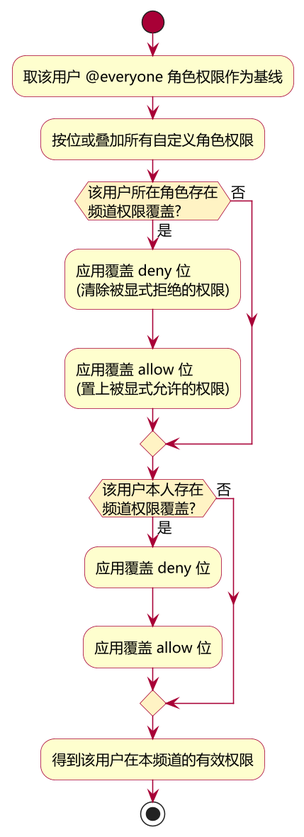
This is docs/figures/fig4-3-permission-flow.png from Siegfried-Crowley/Chorus, a PlantUML export, as it was before one commit.
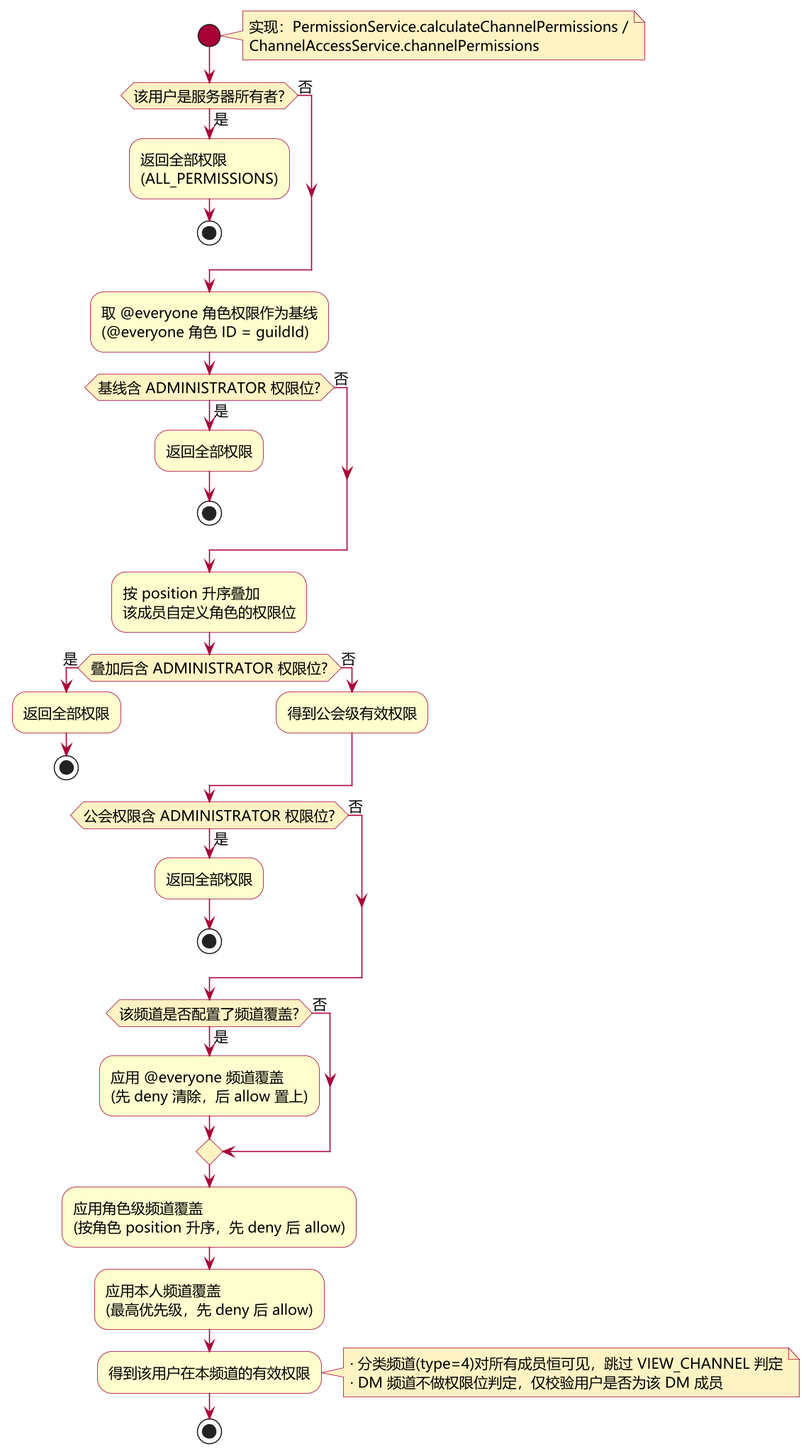
After the commit.

What changed in the source:
```diff
@@ -14,20 +14,55 @@
 }
 skinparam activityStartColor #A80036
 skinparam activityEndColor #A80036
+skinparam note {
+  BackgroundColor #FFF3C4
+  BorderColor #A80036
+}
 
 start
-:取该用户 @everyone 角色权限作为基线;
-:按位或叠加所有自定义角色权限;
-if (该用户所在角色存在\n频道权限覆盖?) then (是)
-  :应用覆盖 deny 位\n(清除被显式拒绝的权限);
-  :应用覆盖 allow 位\n(置上被显式允许的权限);
+note right
+  实现：PermissionService.calculateChannelPermissions /
+  ChannelAccessService.channelPermissions
+end note
+
+if (该用户是服务器所有者?) then (是)
+  :返回全部权限\n(ALL_PERMISSIONS);
+  stop
 else (否)
 endif
-if (该用户本人存在\n频道权限覆盖?) then (是)
-  :应用覆盖 deny 位;
-  :应用覆盖 allow 位;
+
+:取 @everyone 角色权限作为基线\n(@everyone 角色 ID = guildId);
+if (基线含 ADMINISTRATOR 权限位?) then (是)
+  :返回全部权限;
+  stop
 else (否)
 endif
+
+:按 position 升序叠加\n该成员自定义角色的权限位;
+if (叠加后含 ADMINISTRATOR 权限位?) then (是)
+  :返回全部权限;
+  stop
+else (否)
+  :得到公会级有效权限;
+endif
+
+if (公会权限含 ADMINISTRATOR 权限位?) then (是)
+  :返回全部权限;
+  stop
+else (否)
+endif
+
+if (该频道是否配置了频道覆盖?) then (是)
+  :应用 @everyone 频道覆盖\n(先 deny 清除，后 allow 置上);
+else (否)
+endif
+
+:应用角色级频道覆盖\n(按角色 position 升序，先 deny 后 allow);
+:应用本人频道覆盖\n(最高优先级，先 deny 后 allow);
 :得到该用户在本频道的有效权限;
+note right
+  · 分类频道(type=4)对所有成员恒可见，跳过 VIEW_CHANNEL 判定
+  · DM 频道不做权限位判定，仅校验用户是否为该 DM 成员
+end note
 stop
 @enduml
```
